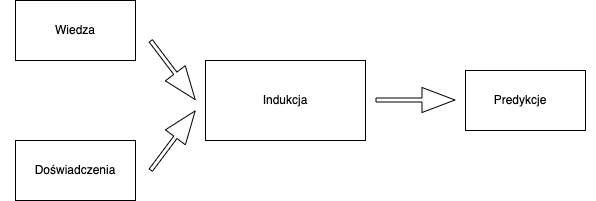
This is images/Transdukcja.png from pawel150199/praca-dyplomowa, a draw.io export, as it was before one commit. Source tidied: cells renumbered, new cells last; positions are measured from the earlier drawing's top-left corner, leaving out a move shared by most shapes. Source of this version:
```xml
<mxGraphModel>
  <root>
    <mxCell id="0" />
    <mxCell id="1" parent="0" />
    <mxCell id="2" style="rounded=0;whiteSpace=wrap;html=1;" parent="1" vertex="1">
      <mxGeometry x="465" y="70" width="120" height="60" as="geometry" />
    </mxCell>
    <mxCell id="3" style="rounded=0;whiteSpace=wrap;html=1;" parent="1" vertex="1">
      <mxGeometry x="15" width="120" height="60" as="geometry" />
    </mxCell>
    <mxCell id="4" style="rounded=0;whiteSpace=wrap;html=1;" parent="1" vertex="1">
      <mxGeometry x="205" y="60" width="160" height="80" as="geometry" />
    </mxCell>
    <mxCell id="5" value="Indukcja" style="text;html=1;strokeColor=none;fillColor=none;align=center;verticalAlign=middle;whiteSpace=wrap;rounded=0;" parent="1" vertex="1">
      <mxGeometry x="255" y="85" width="60" height="30" as="geometry" />
    </mxCell>
    <mxCell id="6" style="shape=flexArrow;endArrow=classic;html=1;rounded=0;strokeColor=#000000;width=4;endSize=10.67;exitX=1;exitY=0.75;exitDx=0;exitDy=0;" parent="1" edge="1" source="8">
      <mxGeometry relative="1" as="geometry">
        <mxPoint x="195" y="99.5" as="targetPoint" />
      </mxGeometry>
    </mxCell>
    <mxCell id="7" style="shape=flexArrow;endArrow=classic;html=1;rounded=0;strokeColor=#000000;width=4;endSize=10.67;" parent="1" edge="1">
      <mxGeometry relative="1" as="geometry">
        <mxPoint x="375" y="99.5" as="sourcePoint" />
        <mxPoint x="455" y="99.5" as="targetPoint" />
      </mxGeometry>
    </mxCell>
    <mxCell id="8" value="Wiedza" style="text;html=1;strokeColor=none;fillColor=none;align=center;verticalAlign=middle;whiteSpace=wrap;rounded=0;" parent="1" vertex="1">
      <mxGeometry y="10" width="150" height="40" as="geometry" />
    </mxCell>
    <mxCell id="9" value="Predykcje" style="text;html=1;strokeColor=none;fillColor=none;align=center;verticalAlign=middle;whiteSpace=wrap;rounded=0;" parent="1" vertex="1">
      <mxGeometry x="445" y="80" width="150" height="40" as="geometry" />
    </mxCell>
    <mxCell id="10" style="rounded=0;whiteSpace=wrap;html=1;" parent="1" vertex="1">
      <mxGeometry x="15" y="140" width="120" height="60" as="geometry" />
    </mxCell>
    <mxCell id="11" value="Doświadczenia" style="text;html=1;strokeColor=none;fillColor=none;align=center;verticalAlign=middle;whiteSpace=wrap;rounded=0;" parent="1" vertex="1">
      <mxGeometry y="150" width="150" height="40" as="geometry" />
    </mxCell>
    <mxCell id="12" style="shape=flexArrow;endArrow=classic;html=1;rounded=0;strokeColor=#000000;width=4;endSize=10.67;exitX=1;exitY=0.5;exitDx=0;exitDy=0;" parent="1" edge="1" source="11">
      <mxGeometry relative="1" as="geometry">
        <mxPoint x="195" y="110" as="targetPoint" />
      </mxGeometry>
    </mxCell>
  </root>
</mxGraphModel>
```
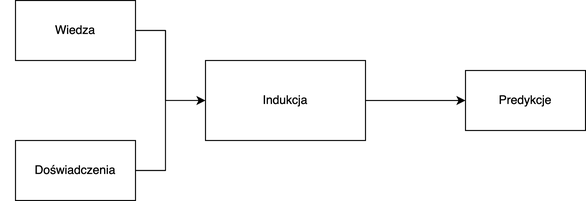
After the change.

Diff of the diagram source:
```diff
@@ -14,22 +14,11 @@
     <mxCell id="5" value="Indukcja" style="text;html=1;strokeColor=none;fillColor=none;align=center;verticalAlign=middle;whiteSpace=wrap;rounded=0;" parent="1" vertex="1">
       <mxGeometry x="255" y="85" width="60" height="30" as="geometry" />
     </mxCell>
-    <mxCell id="6" style="shape=flexArrow;endArrow=classic;html=1;rounded=0;strokeColor=#000000;width=4;endSize=10.67;exitX=1;exitY=0.75;exitDx=0;exitDy=0;" parent="1" edge="1" source="8">
-      <mxGeometry relative="1" as="geometry">
-        <mxPoint x="195" y="99.5" as="targetPoint" />
-      </mxGeometry>
-    </mxCell>
-    <mxCell id="7" style="shape=flexArrow;endArrow=classic;html=1;rounded=0;strokeColor=#000000;width=4;endSize=10.67;" parent="1" edge="1">
-      <mxGeometry relative="1" as="geometry">
-        <mxPoint x="375" y="99.5" as="sourcePoint" />
-        <mxPoint x="455" y="99.5" as="targetPoint" />
-      </mxGeometry>
-    </mxCell>
     <mxCell id="8" value="Wiedza" style="text;html=1;strokeColor=none;fillColor=none;align=center;verticalAlign=middle;whiteSpace=wrap;rounded=0;" parent="1" vertex="1">
       <mxGeometry y="10" width="150" height="40" as="geometry" />
     </mxCell>
     <mxCell id="9" value="Predykcje" style="text;html=1;strokeColor=none;fillColor=none;align=center;verticalAlign=middle;whiteSpace=wrap;rounded=0;" parent="1" vertex="1">
-      <mxGeometry x="445" y="80" width="150" height="40" as="geometry" />
+      <mxGeometry x="470" y="80" width="110" height="40" as="geometry" />
     </mxCell>
     <mxCell id="10" style="rounded=0;whiteSpace=wrap;html=1;" parent="1" vertex="1">
       <mxGeometry x="15" y="140" width="120" height="60" as="geometry" />
@@ -37,10 +26,29 @@
     <mxCell id="11" value="Doświadczenia" style="text;html=1;strokeColor=none;fillColor=none;align=center;verticalAlign=middle;whiteSpace=wrap;rounded=0;" parent="1" vertex="1">
       <mxGeometry y="150" width="150" height="40" as="geometry" />
     </mxCell>
-    <mxCell id="12" style="shape=flexArrow;endArrow=classic;html=1;rounded=0;strokeColor=#000000;width=4;endSize=10.67;exitX=1;exitY=0.5;exitDx=0;exitDy=0;" parent="1" edge="1" source="11">
-      <mxGeometry relative="1" as="geometry">
-        <mxPoint x="195" y="110" as="targetPoint" />
-      </mxGeometry>
-    </mxCell>
+    <mxCell id="13" style="endArrow=classic;html=1;rounded=0;entryX=0;entryY=0.5;entryDx=0;entryDy=0;" parent="1" edge="1" target="4">
+      <mxGeometry relative="1" as="geometry">
+        <mxPoint x="135" y="30" as="sourcePoint" />
+        <Array as="points">
+          <mxPoint x="165" y="30" />
+          <mxPoint x="165" y="100" />
+        </Array>
+      </mxGeometry>
+    </mxCell>
+    <mxCell id="14" style="endArrow=none;html=1;rounded=0;" parent="1" edge="1">
+      <mxGeometry relative="1" as="geometry">
+        <mxPoint x="135" y="170" as="sourcePoint" />
+        <mxPoint x="165" y="100" as="targetPoint" />
+        <Array as="points">
+          <mxPoint x="165" y="170" />
+        </Array>
+      </mxGeometry>
+    </mxCell>
+    <mxCell id="15" style="endArrow=classic;html=1;rounded=0;" parent="1" edge="1">
+      <mxGeometry relative="1" as="geometry">
+        <mxPoint x="365" y="100" as="sourcePoint" />
+        <mxPoint x="465" y="100" as="targetPoint" />
+      </mxGeometry>
+    </mxCell>
   </root>
 </mxGraphModel>
```
